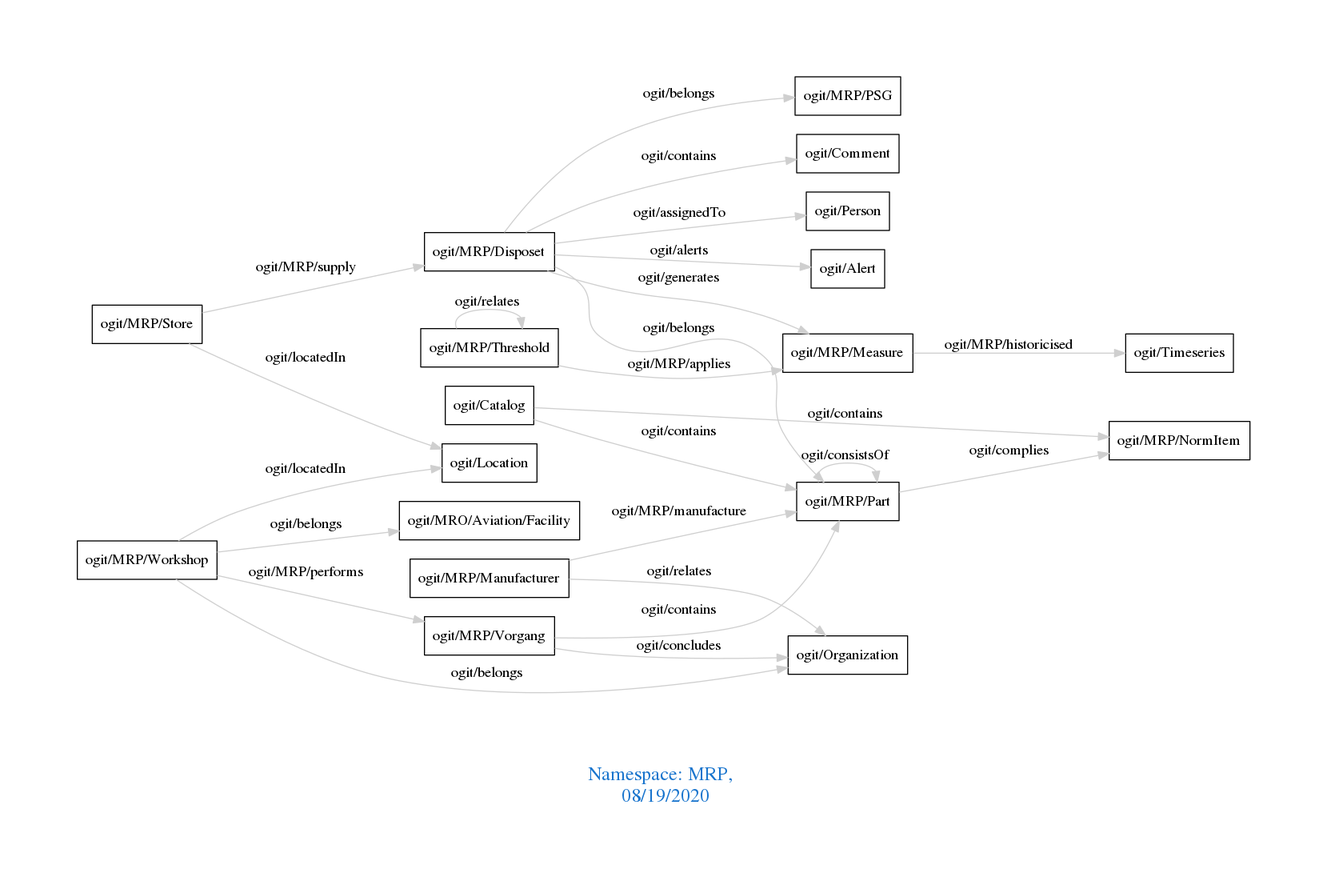
Before: downloads/MRP.png, a diagram exported from Graphviz (arago/OGIT). Its source is kept beside it as downloads/MRP.dot.
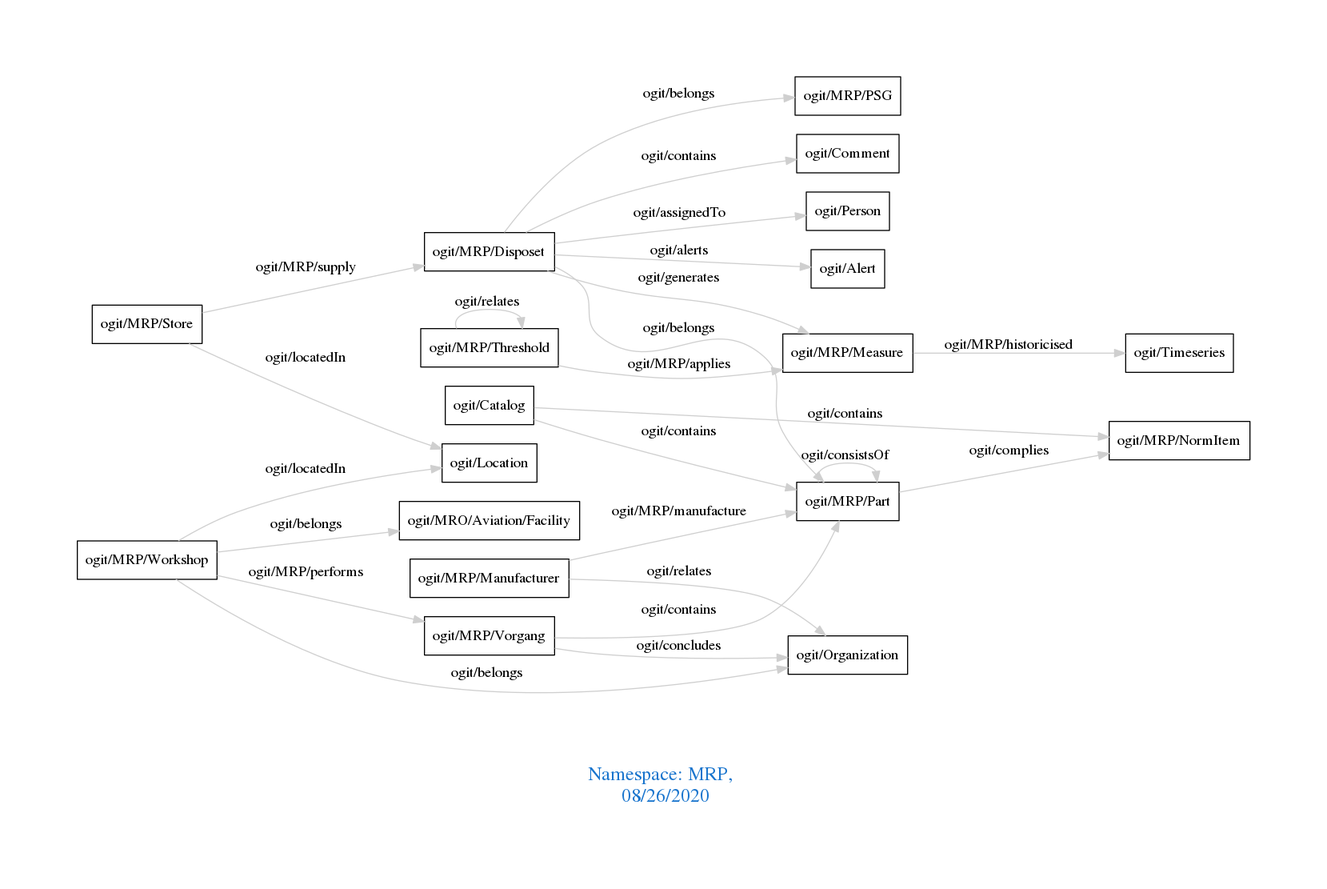
After the commit.

Diff of the diagram source:
```diff
@@ -1,7 +1,7 @@
 digraph OGIT_ontology {
  graph [ rankdir= LR,pad=1
 fontsize = 18,
-fontcolor= dodgerblue3,label = "\n\n\nNamespace: MRP, \n 08/19/2020"];
+fontcolor= dodgerblue3,label = "\n\n\nNamespace: MRP, \n 08/26/2020"];
 node[shape=polygon];
 edge [  color="gray81"];
 
```
